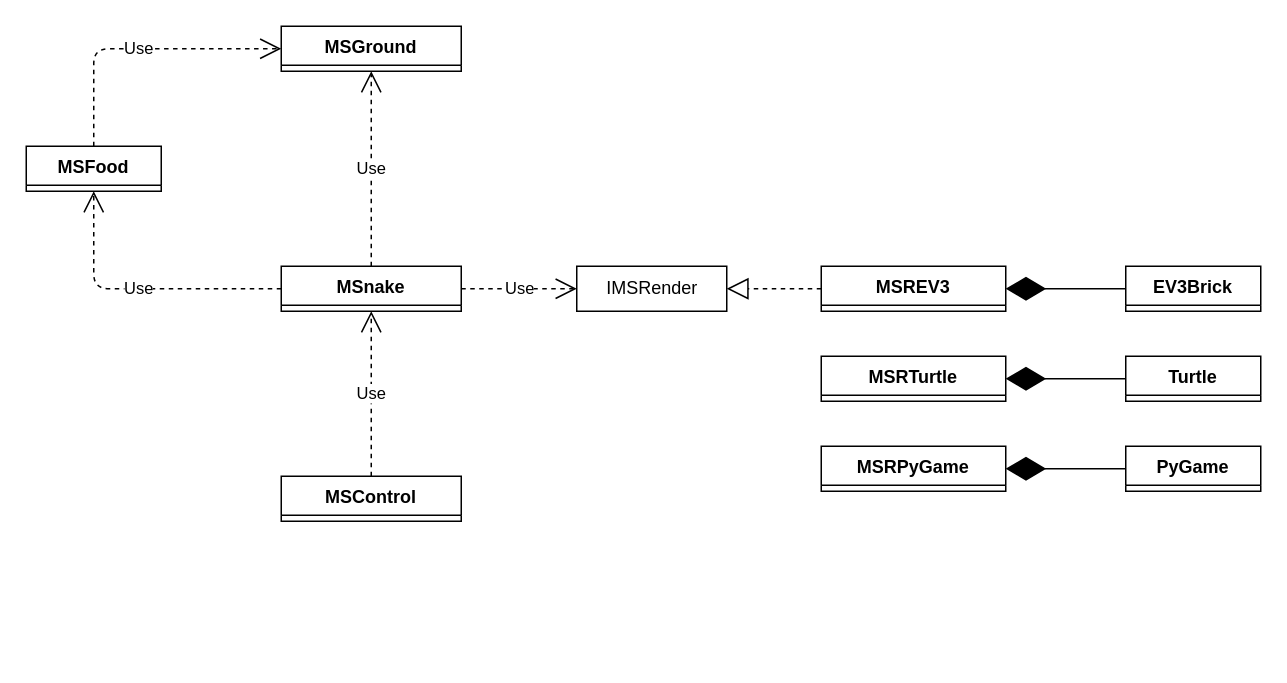
This is page "portable" (2 of 2) of .doc/architecture.drawio from AaronMingCN/MSnake, a draw.io file, before an edit. Source tidied: cells renumbered, new cells numbered last; positions are measured from the earlier drawing's top-left corner, leaving out a move shared by most shapes. Both pictures are drawn from the tidied source at 150%, with x=0, y=0 at pixel (26, 26).
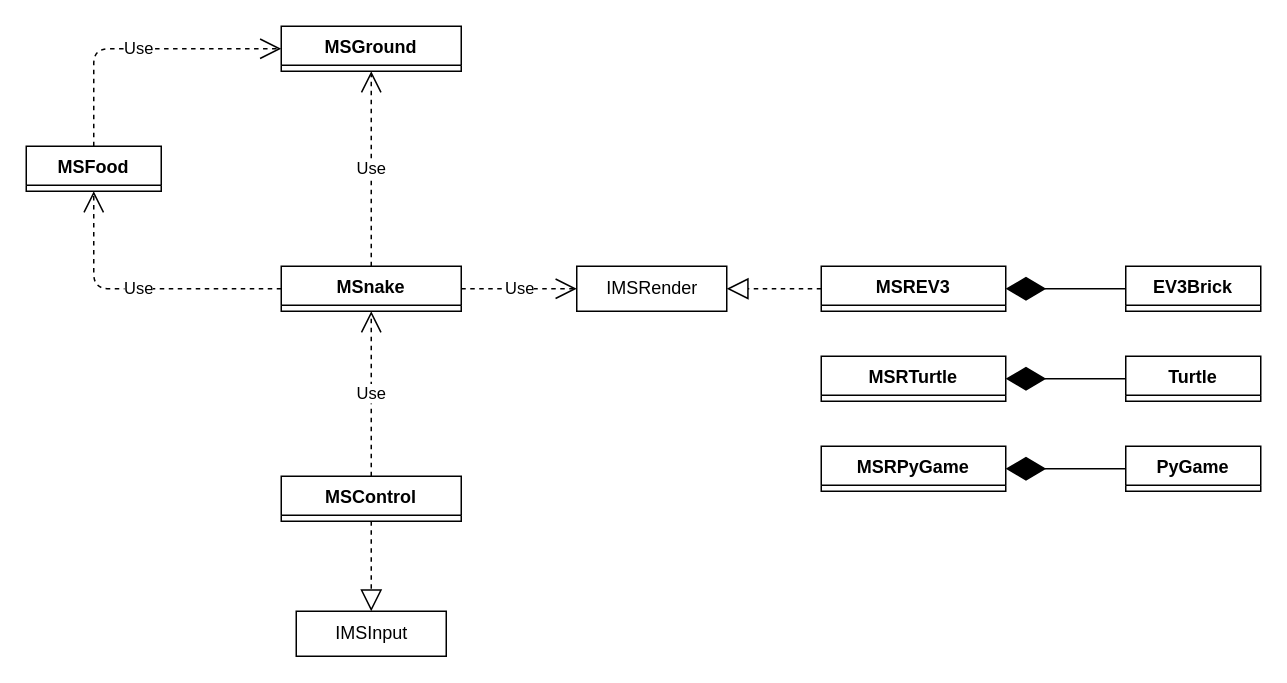
Above is the later version.

The change refers to these unchanged cells:
```xml
<mxCell id="2" value="MSControl" style="swimlane;fontStyle=1;align=center;verticalAlign=top;horizontal=1;startSize=26;" parent="1" vertex="1" collapsed="1">
  <mxGeometry x="170" y="300" width="120" height="30" as="geometry" />
</mxCell>
```

What changed in the source:
```diff
@@
+    <mxCell id="22" value="IMSInput" style="html=1;" parent="1" vertex="1">
+      <mxGeometry x="180" y="390" width="100" height="30" as="geometry" />
+    </mxCell>
+    <mxCell id="23" style="endArrow=block;dashed=1;endFill=0;endSize=12;html=1;" parent="1" edge="1" source="2" target="22">
+      <mxGeometry relative="1" as="geometry" />
+    </mxCell>
```
